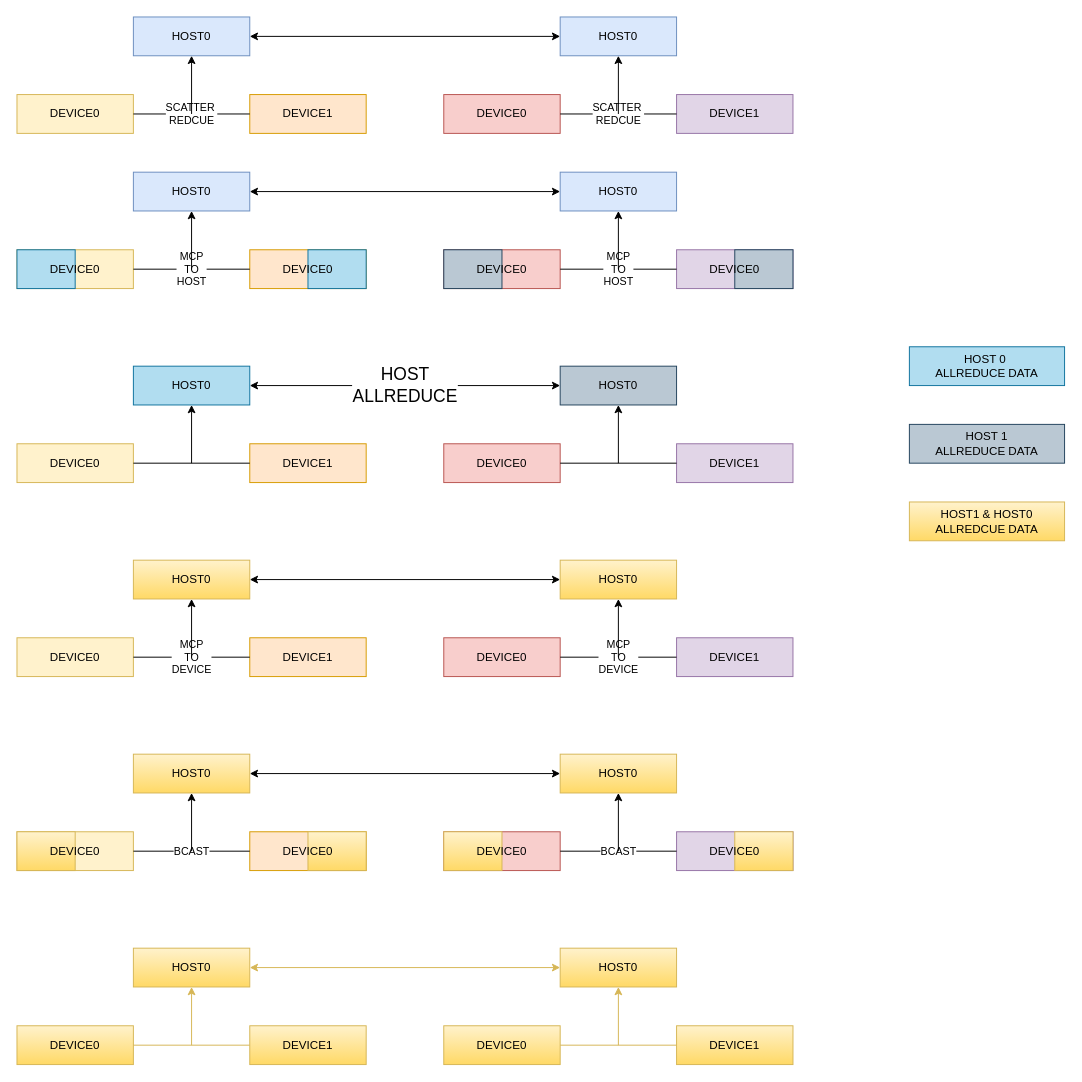
The draw.io diagram Node_scatter_allreduce.drawio in BEYHHH/SBLP, before the edit. Source tidied: cells renumbered, new cells numbered last; positions are measured from the earlier drawing's top-left corner, leaving out a move shared by most shapes. Both pictures are drawn from the tidied source at 97%, with x=0, y=0 at pixel (16, 16).
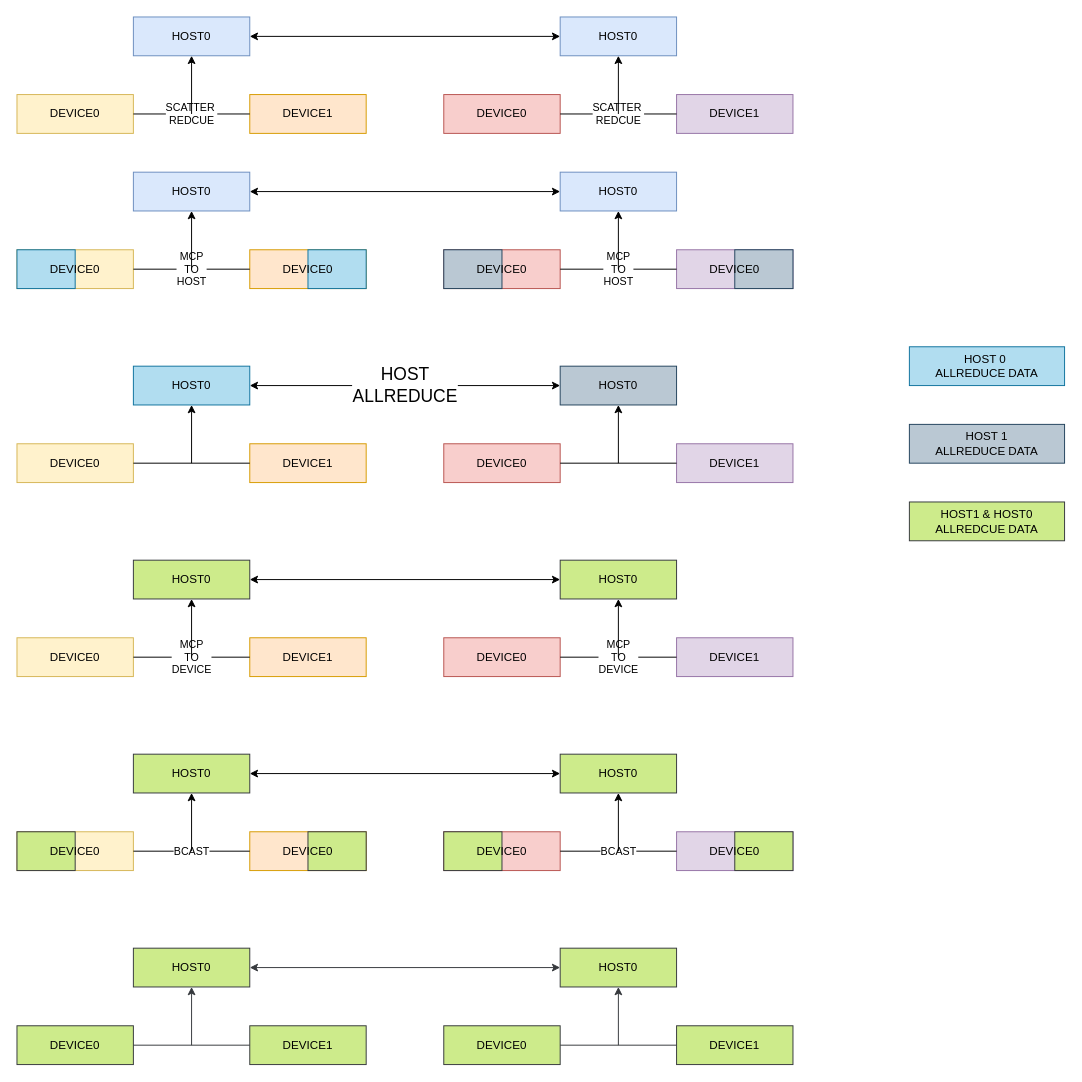
After the change.

Change to the diagram source:
```diff
@@
-    <mxCell id="45" value="HOST0" style="rounded=0;whiteSpace=wrap;html=1;fillColor=#fff2cc;strokeColor=#d6b656;gradientColor=#ffd966;" parent="1" vertex="1">
+    <mxCell id="45" value="HOST0" style="rounded=0;whiteSpace=wrap;html=1;fillColor=#cdeb8b;strokeColor=#36393d;" parent="1" vertex="1">
       <mxGeometry x="120" y="560" width="120" height="40" as="geometry" />
     </mxCell>
@@
-    <mxCell id="48" value="HOST0" style="rounded=0;whiteSpace=wrap;html=1;fillColor=#fff2cc;strokeColor=#d6b656;gradientColor=#ffd966;" parent="1" vertex="1">
+    <mxCell id="48" value="HOST0" style="rounded=0;whiteSpace=wrap;html=1;fillColor=#cdeb8b;strokeColor=#36393d;" parent="1" vertex="1">
       <mxGeometry x="560" y="560" width="120" height="40" as="geometry" />
     </mxCell>
@@
-    <mxCell id="56" value="HOST0" style="rounded=0;whiteSpace=wrap;html=1;fillColor=#fff2cc;strokeColor=#d6b656;gradientColor=#ffd966;" parent="1" vertex="1">
+    <mxCell id="56" value="HOST0" style="rounded=0;whiteSpace=wrap;html=1;fillColor=#cdeb8b;strokeColor=#36393d;" parent="1" vertex="1">
       <mxGeometry x="120" y="760" width="120" height="40" as="geometry" />
     </mxCell>
@@
-    <mxCell id="59" value="HOST0" style="rounded=0;whiteSpace=wrap;html=1;fillColor=#fff2cc;strokeColor=#d6b656;gradientColor=#ffd966;" parent="1" vertex="1">
+    <mxCell id="59" value="HOST0" style="rounded=0;whiteSpace=wrap;html=1;fillColor=#cdeb8b;strokeColor=#36393d;" parent="1" vertex="1">
       <mxGeometry x="560" y="760" width="120" height="40" as="geometry" />
     </mxCell>
@@
-    <mxCell id="65" style="rounded=0;whiteSpace=wrap;html=1;fillColor=#fff2cc;strokeColor=#d6b656;gradientColor=#ffd966;" parent="1" vertex="1">
+    <mxCell id="65" style="rounded=0;whiteSpace=wrap;html=1;fillColor=#cdeb8b;strokeColor=#36393d;" parent="1" vertex="1">
       <mxGeometry y="840" width="60" height="40" as="geometry" />
     </mxCell>
-    <mxCell id="66" style="rounded=0;whiteSpace=wrap;html=1;fillColor=#fff2cc;strokeColor=#d6b656;gradientColor=#ffd966;" parent="1" vertex="1">
+    <mxCell id="66" style="rounded=0;whiteSpace=wrap;html=1;fillColor=#cdeb8b;strokeColor=#36393d;" parent="1" vertex="1">
       <mxGeometry x="300" y="840" width="60" height="40" as="geometry" />
     </mxCell>
-    <mxCell id="67" style="rounded=0;whiteSpace=wrap;html=1;fillColor=#fff2cc;strokeColor=#d6b656;gradientColor=#ffd966;" parent="1" vertex="1">
+    <mxCell id="67" style="rounded=0;whiteSpace=wrap;html=1;fillColor=#cdeb8b;strokeColor=#36393d;" parent="1" vertex="1">
       <mxGeometry x="440" y="840" width="60" height="40" as="geometry" />
     </mxCell>
-    <mxCell id="68" style="rounded=0;whiteSpace=wrap;html=1;fillColor=#fff2cc;strokeColor=#d6b656;gradientColor=#ffd966;" parent="1" vertex="1">
+    <mxCell id="68" style="rounded=0;whiteSpace=wrap;html=1;fillColor=#cdeb8b;strokeColor=#36393d;" parent="1" vertex="1">
       <mxGeometry x="740" y="840" width="60" height="40" as="geometry" />
     </mxCell>
@@
-    <mxCell id="73" value="DEVICE0" style="rounded=0;whiteSpace=wrap;html=1;fillColor=#fff2cc;strokeColor=#d6b656;gradientColor=#ffd966;" parent="1" vertex="1">
+    <mxCell id="73" value="DEVICE0" style="rounded=0;whiteSpace=wrap;html=1;fillColor=#cdeb8b;strokeColor=#36393d;" parent="1" vertex="1">
       <mxGeometry y="1040" width="120" height="40" as="geometry" />
     </mxCell>
-    <mxCell id="74" value="DEVICE1" style="rounded=0;whiteSpace=wrap;html=1;fillColor=#fff2cc;strokeColor=#d6b656;gradientColor=#ffd966;" parent="1" vertex="1">
+    <mxCell id="74" value="DEVICE1" style="rounded=0;whiteSpace=wrap;html=1;fillColor=#cdeb8b;strokeColor=#36393d;" parent="1" vertex="1">
       <mxGeometry x="240" y="1040" width="120" height="40" as="geometry" />
     </mxCell>
-    <mxCell id="75" value="HOST0" style="rounded=0;whiteSpace=wrap;html=1;fillColor=#fff2cc;strokeColor=#d6b656;gradientColor=#ffd966;" parent="1" vertex="1">
+    <mxCell id="75" value="HOST0" style="rounded=0;whiteSpace=wrap;html=1;fillColor=#cdeb8b;strokeColor=#36393d;" parent="1" vertex="1">
       <mxGeometry x="120" y="960" width="120" height="40" as="geometry" />
     </mxCell>
-    <mxCell id="76" value="DEVICE0" style="rounded=0;whiteSpace=wrap;html=1;fillColor=#fff2cc;strokeColor=#d6b656;gradientColor=#ffd966;" parent="1" vertex="1">
+    <mxCell id="76" value="DEVICE0" style="rounded=0;whiteSpace=wrap;html=1;fillColor=#cdeb8b;strokeColor=#36393d;" parent="1" vertex="1">
       <mxGeometry x="440" y="1040" width="120" height="40" as="geometry" />
     </mxCell>
-    <mxCell id="77" value="DEVICE1" style="rounded=0;whiteSpace=wrap;html=1;fillColor=#fff2cc;strokeColor=#d6b656;gradientColor=#ffd966;" parent="1" vertex="1">
+    <mxCell id="77" value="DEVICE1" style="rounded=0;whiteSpace=wrap;html=1;fillColor=#cdeb8b;strokeColor=#36393d;" parent="1" vertex="1">
       <mxGeometry x="680" y="1040" width="120" height="40" as="geometry" />
     </mxCell>
-    <mxCell id="78" value="HOST0" style="rounded=0;whiteSpace=wrap;html=1;fillColor=#fff2cc;strokeColor=#d6b656;gradientColor=#ffd966;" parent="1" vertex="1">
+    <mxCell id="78" value="HOST0" style="rounded=0;whiteSpace=wrap;html=1;fillColor=#cdeb8b;strokeColor=#36393d;" parent="1" vertex="1">
       <mxGeometry x="560" y="960" width="120" height="40" as="geometry" />
     </mxCell>
-    <mxCell id="79" style="endArrow=none;html=1;rounded=0;exitX=1;exitY=0.5;exitDx=0;exitDy=0;entryX=0;entryY=0.5;entryDx=0;entryDy=0;fillColor=#fff2cc;gradientColor=#ffd966;strokeColor=#d6b656;" parent="1" edge="1" source="73" target="74">
+    <mxCell id="79" style="endArrow=none;html=1;rounded=0;exitX=1;exitY=0.5;exitDx=0;exitDy=0;entryX=0;entryY=0.5;entryDx=0;entryDy=0;fillColor=#cdeb8b;strokeColor=#36393d;" parent="1" edge="1" source="73" target="74">
       <mxGeometry relative="1" as="geometry" />
     </mxCell>
-    <mxCell id="80" style="endArrow=classic;html=1;rounded=0;entryX=0.5;entryY=1;entryDx=0;entryDy=0;fillColor=#fff2cc;gradientColor=#ffd966;strokeColor=#d6b656;" parent="1" edge="1" target="75">
+    <mxCell id="80" style="endArrow=classic;html=1;rounded=0;entryX=0.5;entryY=1;entryDx=0;entryDy=0;fillColor=#cdeb8b;strokeColor=#36393d;" parent="1" edge="1" target="75">
       <mxGeometry relative="1" as="geometry">
         <mxPoint x="180" y="1060" as="sourcePoint" />
       </mxGeometry>
     </mxCell>
-    <mxCell id="81" style="endArrow=none;html=1;rounded=0;exitX=1;exitY=0.5;exitDx=0;exitDy=0;entryX=0;entryY=0.5;entryDx=0;entryDy=0;fillColor=#fff2cc;gradientColor=#ffd966;strokeColor=#d6b656;" parent="1" edge="1">
+    <mxCell id="81" style="endArrow=none;html=1;rounded=0;exitX=1;exitY=0.5;exitDx=0;exitDy=0;entryX=0;entryY=0.5;entryDx=0;entryDy=0;fillColor=#cdeb8b;strokeColor=#36393d;" parent="1" edge="1">
       <mxGeometry relative="1" as="geometry">
         <mxPoint x="560" y="1060" as="sourcePoint" />
         <mxPoint x="680" y="1060" as="targetPoint" />
       </mxGeometry>
     </mxCell>
-    <mxCell id="82" style="endArrow=classic;html=1;rounded=0;entryX=0.5;entryY=1;entryDx=0;entryDy=0;fillColor=#fff2cc;gradientColor=#ffd966;strokeColor=#d6b656;" parent="1" edge="1">
+    <mxCell id="82" style="endArrow=classic;html=1;rounded=0;entryX=0.5;entryY=1;entryDx=0;entryDy=0;fillColor=#cdeb8b;strokeColor=#36393d;" parent="1" edge="1">
       <mxGeometry relative="1" as="geometry">
         <mxPoint x="620" y="1060" as="sourcePoint" />
         <mxPoint x="620" y="1000" as="targetPoint" />
       </mxGeometry>
     </mxCell>
-    <mxCell id="83" style="endArrow=classic;startArrow=classic;html=1;rounded=0;entryX=0;entryY=0.5;entryDx=0;entryDy=0;exitX=1;exitY=0.5;exitDx=0;exitDy=0;fillColor=#fff2cc;gradientColor=#ffd966;strokeColor=#d6b656;" parent="1" edge="1" source="75" target="78">
+    <mxCell id="83" style="endArrow=classic;startArrow=classic;html=1;rounded=0;entryX=0;entryY=0.5;entryDx=0;entryDy=0;exitX=1;exitY=0.5;exitDx=0;exitDy=0;fillColor=#cdeb8b;strokeColor=#36393D;" parent="1" edge="1" source="75" target="78">
       <mxGeometry relative="1" as="geometry" />
     </mxCell>
@@
-    <mxCell id="86" value="HOST1 &amp;amp; HOST0&lt;br&gt;ALLREDCUE DATA" style="rounded=0;whiteSpace=wrap;html=1;fillColor=#fff2cc;strokeColor=#d6b656;gradientColor=#ffd966;" parent="1" vertex="1">
+    <mxCell id="86" value="HOST1 &amp;amp; HOST0&lt;br&gt;ALLREDCUE DATA" style="rounded=0;whiteSpace=wrap;html=1;fillColor=#cdeb8b;strokeColor=#36393d;" parent="1" vertex="1">
       <mxGeometry x="920" y="500" width="160" height="40" as="geometry" />
     </mxCell>
```
